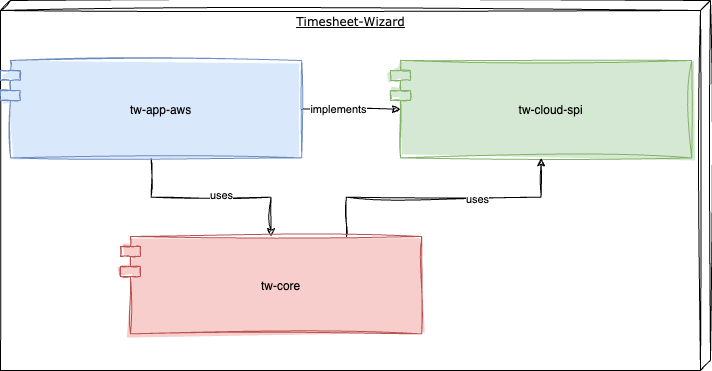
Before: docs/assets/static-level-1.drawio.png, a diagram exported from draw.io (tinohertlein/timesheet-wizard). Source tidied: cells renumbered, new cells last; positions are measured from the earlier drawing's top-left corner, leaving out a move shared by most shapes.
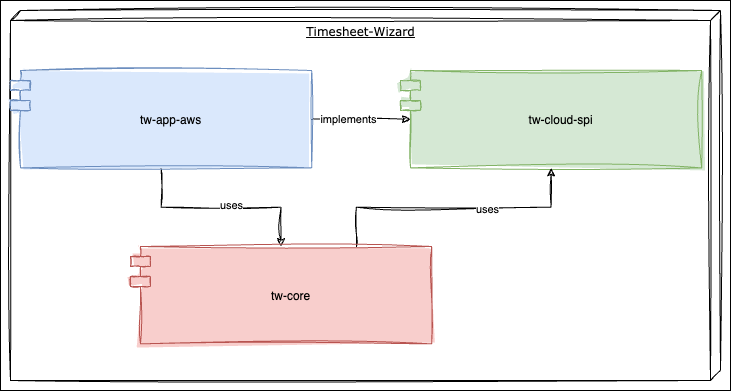
Above is the later version.

What changed in the source:
```diff
@@ -2,6 +2,9 @@
   <root>
     <mxCell id="0" />
     <mxCell id="1" parent="0" />
+    <mxCell id="13" style="rounded=0;whiteSpace=wrap;html=1;fillStyle=auto;" parent="1" vertex="1">
+      <mxGeometry x="-10" y="-10" width="730" height="390" as="geometry" />
+    </mxCell>
     <mxCell id="2" style="group;align=center;verticalAlign=bottom;sketch=1;curveFitting=1;jiggle=2;" parent="1" vertex="1">
       <mxGeometry width="710" height="370" as="geometry" />
     </mxCell>
```
